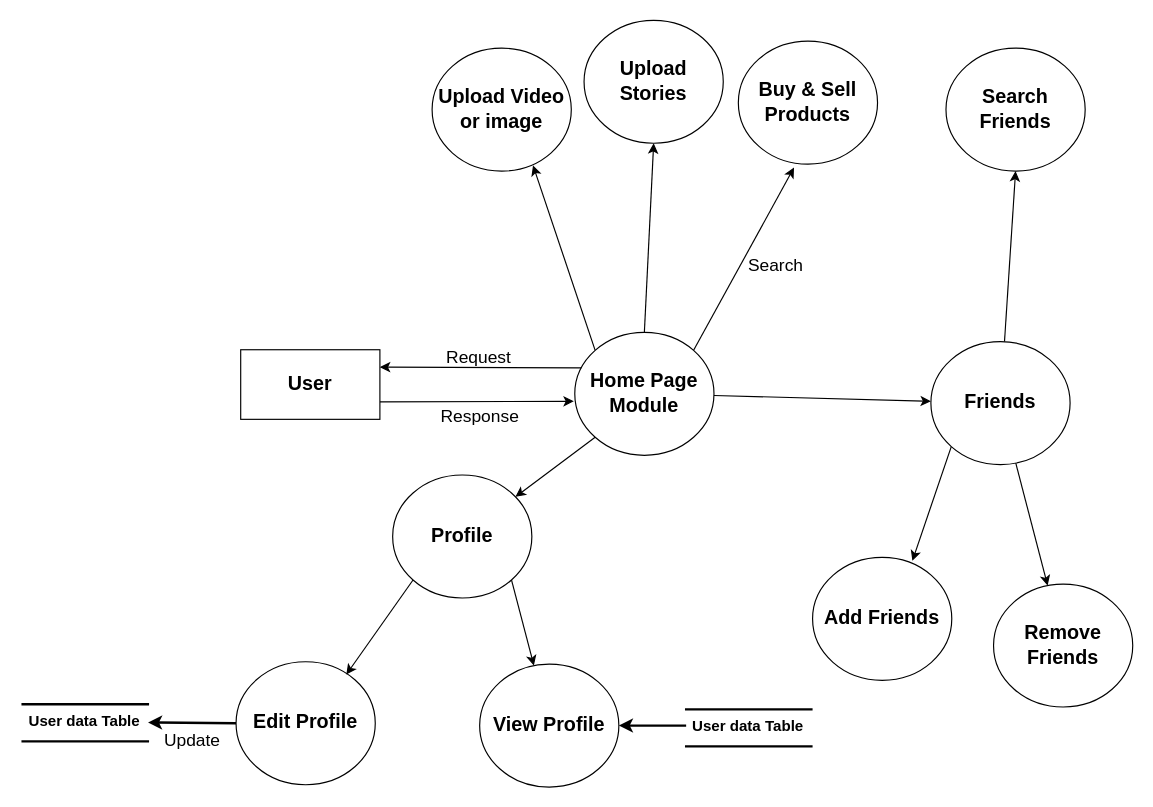
This is Doc/Draw.io/Level 2 Data Flow Diagram.drawio from RadwanSusan/Triibe, a draw.io file, before an edit. Source tidied: cells renumbered, new cells numbered last; positions are measured from the earlier drawing's top-left corner, leaving out a move shared by most shapes. Both pictures are drawn from the tidied source at 116%, with x=0, y=0 at pixel (21, 20).
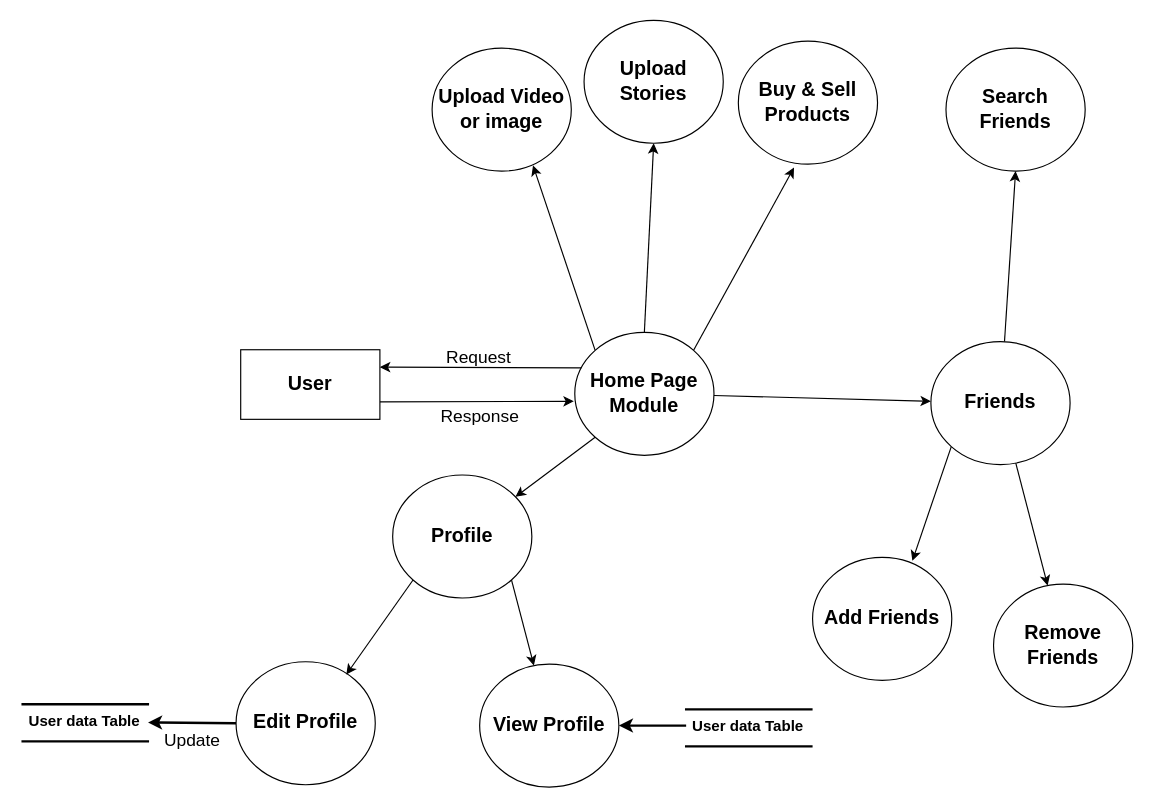
After the change.

The edit, as a diff of the source:
```diff
@@
-    <mxCell id="24" value="Search" style="text;html=1;align=center;verticalAlign=middle;fillColor=none;strokeColor=none;rounded=0;fontSize=15;" parent="1" vertex="1">
-      <mxGeometry x="621" y="200" width="58" height="22" as="geometry" />
-    </mxCell>
```
